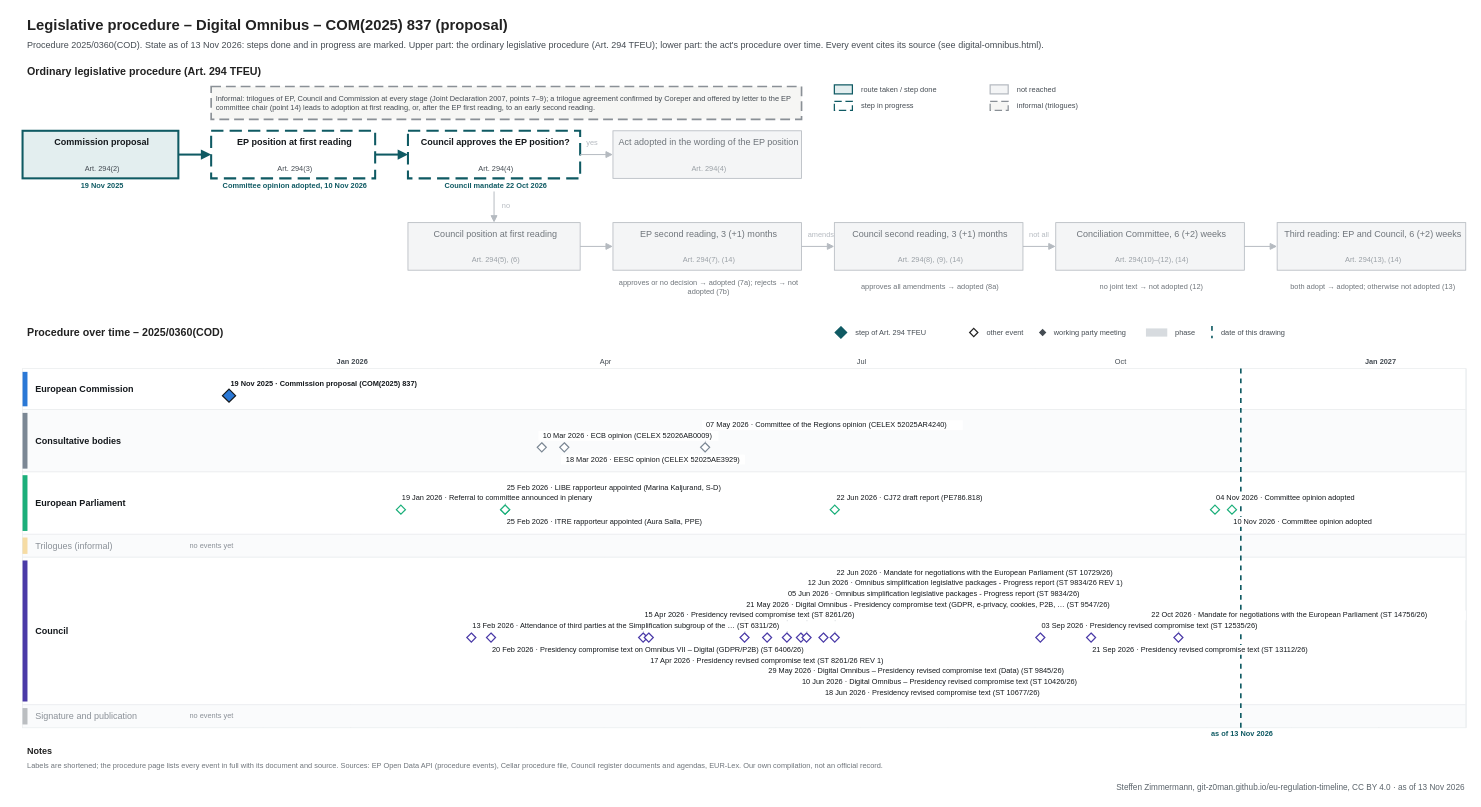
git-z0man/eu-regulation-timeline keeps this draw.io diagram as procedures/digital-omnibus.drawio. Above is the earlier version. Source tidied: cells renumbered, new cells numbered last; positions are measured from the earlier drawing's top-left corner, leaving out a move shared by most shapes. Both pictures are drawn from the tidied source at 82%, with x=0, y=0 at pixel (14, 14).
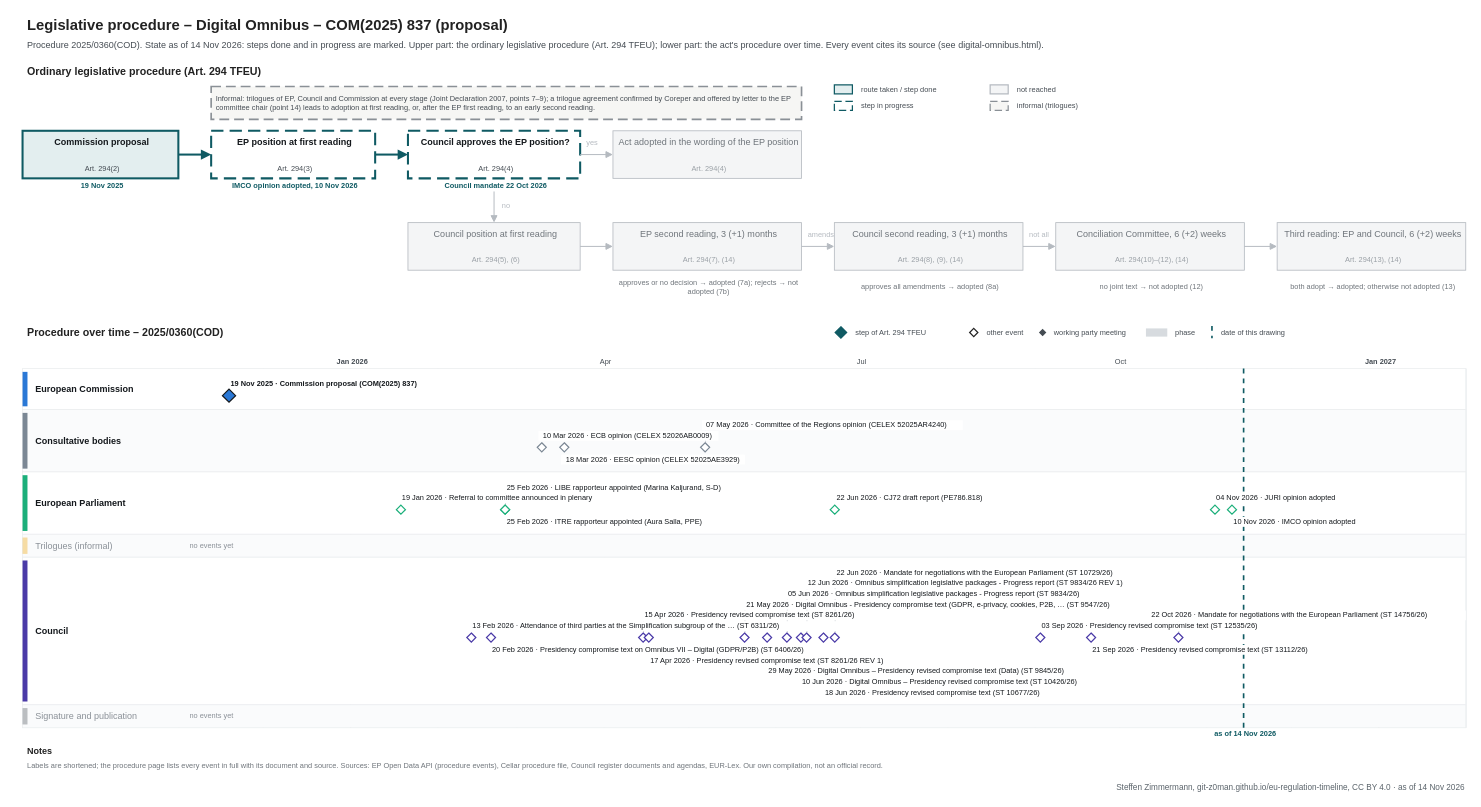
After the change.

The edit, as a diff of the source:
```diff
@@
-    <mxCell id="3" value="Procedure 2025/0360(COD). State as of 13 Nov 2026: steps done and in progress are marked. Upper part: the ordinary legislative procedure (Art. 294 TFEU); lower part: the act's procedure over time. Every event cites its source (see digital-omnibus.html)." style="text;html=1;fontSize=11;fontColor=#454c53;align=left;verticalAlign=middle;spacingLeft=4;" parent="1" vertex="1">
+    <mxCell id="3" value="Procedure 2025/0360(COD). State as of 14 Nov 2026: steps done and in progress are marked. Upper part: the ordinary legislative procedure (Art. 294 TFEU); lower part: the act's procedure over time. Every event cites its source (see digital-omnibus.html)." style="text;html=1;fontSize=11;fontColor=#454c53;align=left;verticalAlign=middle;spacingLeft=4;" parent="1" vertex="1">
       <mxGeometry x="10" y="28" width="1700" height="18" as="geometry" />
     </mxCell>
@@
-    <mxCell id="20" value="Committee opinion adopted, 10 Nov 2026" style="text;html=1;fontSize=9;fontColor=#0f5a63;align=center;verticalAlign=middle;spacingLeft=4;fontStyle=1;" parent="1" vertex="1">
+    <mxCell id="20" value="IMCO opinion adopted, 10 Nov 2026" style="text;html=1;fontSize=9;fontColor=#0f5a63;align=center;verticalAlign=middle;spacingLeft=4;fontStyle=1;" parent="1" vertex="1">
       <mxGeometry x="230" y="202" width="220" height="14" as="geometry" />
     </mxCell>
@@
     <mxCell id="113" style="line;html=1;strokeWidth=2;strokeColor=#0f5a63;direction=south;dashed=1;" parent="1" vertex="1">
-      <mxGeometry x="1495.2" y="432" width="1" height="438" as="geometry" />
+      <mxGeometry x="1498.6" y="432" width="1" height="438" as="geometry" />
     </mxCell>
-    <mxCell id="114" value="as of 13 Nov 2026" style="text;html=1;fontSize=9;fontColor=#0f5a63;align=center;verticalAlign=middle;spacingLeft=4;fontStyle=1;" parent="1" vertex="1">
-      <mxGeometry x="1435.2" y="871" width="120" height="12" as="geometry" />
+    <mxCell id="114" value="as of 14 Nov 2026" style="text;html=1;fontSize=9;fontColor=#0f5a63;align=center;verticalAlign=middle;spacingLeft=4;fontStyle=1;" parent="1" vertex="1">
+      <mxGeometry x="1438.6" y="871" width="120" height="12" as="geometry" />
     </mxCell>
@@
-    <mxCell id="129" value="04 Nov 2026 · Committee opinion adopted" style="text;html=1;fontSize=9;fontColor=#14181c;align=left;verticalAlign=middle;spacingLeft=4;fillColor=#ffffff;" parent="1" vertex="1">
-      <mxGeometry x="1460.2" y="584" width="191.3" height="12" as="geometry" />
+    <mxCell id="129" value="04 Nov 2026 · JURI opinion adopted" style="text;html=1;fontSize=9;fontColor=#14181c;align=left;verticalAlign=middle;spacingLeft=4;fillColor=#ffffff;" parent="1" vertex="1">
+      <mxGeometry x="1460.2" y="584" width="167.8" height="12" as="geometry" />
     </mxCell>
-    <mxCell id="130" value="10 Nov 2026 · Committee opinion adopted" style="text;html=1;fontSize=9;fontColor=#14181c;align=left;verticalAlign=middle;spacingLeft=4;fillColor=#ffffff;" parent="1" vertex="1">
-      <mxGeometry x="1480.9" y="613" width="191.3" height="12" as="geometry" />
+    <mxCell id="130" value="10 Nov 2026 · IMCO opinion adopted" style="text;html=1;fontSize=9;fontColor=#14181c;align=left;verticalAlign=middle;spacingLeft=4;fillColor=#ffffff;" parent="1" vertex="1">
+      <mxGeometry x="1480.9" y="613" width="167.8" height="12" as="geometry" />
     </mxCell>
@@
-    <mxCell id="177" value="Steffen Zimmermann, git-z0man.github.io/eu-regulation-timeline, CC BY 4.0 · as of 13 Nov 2026" style="text;html=1;fontSize=10;fontColor=#5b646b;align=right;verticalAlign=middle;spacingLeft=4;" parent="1" vertex="1">
+    <mxCell id="177" value="Steffen Zimmermann, git-z0man.github.io/eu-regulation-timeline, CC BY 4.0 · as of 14 Nov 2026" style="text;html=1;fontSize=10;fontColor=#5b646b;align=right;verticalAlign=middle;spacingLeft=4;" parent="1" vertex="1">
       <mxGeometry x="10" y="934" width="1760" height="16" as="geometry" />
     </mxCell>
```
